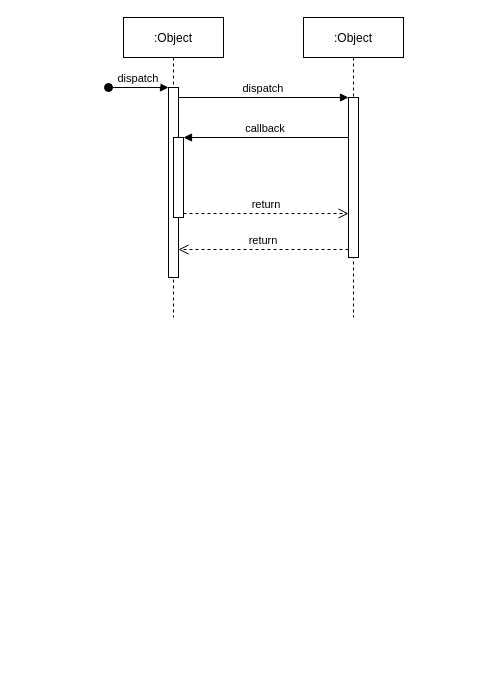
This is Untitled Diagram.drawio from laura-rodriguez/okta-idx-flows, a draw.io file, before an edit. Source tidied: cells renumbered, new cells numbered last; positions are measured from the earlier drawing's top-left corner, leaving out a move shared by most shapes. Both pictures are drawn from the tidied source at 100%, with x=0, y=0 at pixel (108, 17).
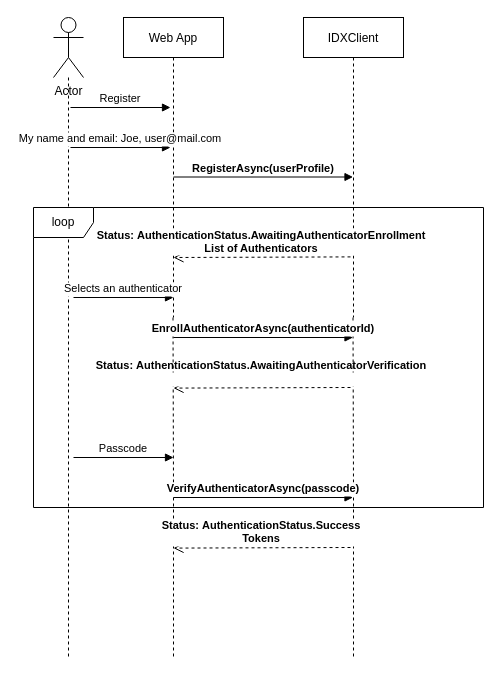
Above is the later version.

Change to the diagram source:
```diff
@@
+    <mxCell id="12" style="edgeStyle=orthogonalEdgeStyle;rounded=0;jettySize=auto;html=1;dashed=1;startArrow=none;startFill=0;endArrow=none;endFill=0;" parent="1" edge="1" source="2">
+      <mxGeometry relative="1" as="geometry">
+        <mxPoint x="65" y="640" as="targetPoint" />
+      </mxGeometry>
+    </mxCell>
-    <mxCell id="2" value=":Object" style="shape=umlLifeline;perimeter=lifelinePerimeter;rounded=0;shadow=0;strokeWidth=1;" parent="1" vertex="1">
+    <mxCell id="2" value="Web App" style="shape=umlLifeline;perimeter=lifelinePerimeter;rounded=0;shadow=0;strokeWidth=1;" parent="1" vertex="1">
       <mxGeometry x="15" width="100" height="300" as="geometry" />
     </mxCell>
-    <mxCell id="3" style="points=[];perimeter=orthogonalPerimeter;rounded=0;shadow=0;strokeWidth=1;" parent="2" vertex="1">
-      <mxGeometry x="45" y="70" width="10" height="190" as="geometry" />
-    </mxCell>
-    <mxCell id="4" value="dispatch" style="verticalAlign=bottom;startArrow=oval;endArrow=block;startSize=8;shadow=0;strokeWidth=1;" parent="2" edge="1" target="3">
+    <mxCell id="4" value="Register" style="verticalAlign=bottom;startArrow=none;endArrow=block;startSize=8;shadow=0;strokeWidth=1;startFill=0;" parent="2" edge="1">
       <mxGeometry relative="1" as="geometry">
-        <mxPoint x="-15" y="70" as="sourcePoint" />
+        <mxPoint x="-53" y="90" as="sourcePoint" />
+        <mxPoint x="47" y="90" as="targetPoint" />
       </mxGeometry>
     </mxCell>
-    <mxCell id="5" style="points=[];perimeter=orthogonalPerimeter;rounded=0;shadow=0;strokeWidth=1;" parent="2" vertex="1">
-      <mxGeometry x="50" y="120" width="10" height="80" as="geometry" />
-    </mxCell>
+    <mxCell id="13" value="RegisterAsync(userProfile)" style="verticalAlign=bottom;startArrow=none;endArrow=block;startSize=8;shadow=0;strokeWidth=1;startFill=0;fontStyle=1;" parent="2" edge="1" target="6">
+      <mxGeometry relative="1" as="geometry">
+        <mxPoint x="50" y="159.5" as="sourcePoint" />
+      </mxGeometry>
+    </mxCell>
+    <mxCell id="14" style="edgeStyle=orthogonalEdgeStyle;rounded=0;jettySize=auto;html=1;dashed=1;startArrow=none;startFill=0;endArrow=none;endFill=0;" parent="1" edge="1" source="6">
+      <mxGeometry relative="1" as="geometry">
+        <mxPoint x="245" y="640" as="targetPoint" />
+      </mxGeometry>
+    </mxCell>
-    <mxCell id="6" value=":Object" style="shape=umlLifeline;perimeter=lifelinePerimeter;rounded=0;shadow=0;strokeWidth=1;" parent="1" vertex="1">
+    <mxCell id="6" value="IDXClient" style="shape=umlLifeline;perimeter=lifelinePerimeter;rounded=0;shadow=0;strokeWidth=1;" parent="1" vertex="1">
       <mxGeometry x="195" width="100" height="300" as="geometry" />
     </mxCell>
-    <mxCell id="7" style="points=[];perimeter=orthogonalPerimeter;rounded=0;shadow=0;strokeWidth=1;" parent="6" vertex="1">
-      <mxGeometry x="45" y="80" width="10" height="160" as="geometry" />
-    </mxCell>
-    <mxCell id="8" value="return" style="verticalAlign=bottom;endArrow=open;dashed=1;endSize=8;exitX=0;exitY=0.95;shadow=0;strokeWidth=1;" parent="1" edge="1" source="7" target="3">
-      <mxGeometry relative="1" as="geometry" />
+    <mxCell id="8" value="Status: AuthenticationStatus.AwaitingAuthenticatorEnrollment&#10;List of Authenticators" style="verticalAlign=bottom;endArrow=open;dashed=1;endSize=8;exitX=0.47;exitY=0.798;shadow=0;strokeWidth=1;fontStyle=1;exitDx=0;exitDy=0;exitPerimeter=0;" parent="1" edge="1" source="6">
+      <mxGeometry relative="1" as="geometry">
+        <mxPoint x="65" y="240" as="targetPoint" />
+      </mxGeometry>
     </mxCell>
-    <mxCell id="9" value="dispatch" style="verticalAlign=bottom;endArrow=block;entryX=0;entryY=0;shadow=0;strokeWidth=1;" parent="1" edge="1" source="3" target="7">
-      <mxGeometry relative="1" as="geometry" />
-    </mxCell>
-    <mxCell id="10" value="callback" style="verticalAlign=bottom;endArrow=block;entryX=1;entryY=0;shadow=0;strokeWidth=1;" parent="1" edge="1" source="7" target="5">
-      <mxGeometry relative="1" as="geometry" />
-    </mxCell>
-    <mxCell id="11" value="return" style="verticalAlign=bottom;endArrow=open;dashed=1;endSize=8;exitX=1;exitY=0.95;shadow=0;strokeWidth=1;" parent="1" edge="1" source="5" target="7">
-      <mxGeometry relative="1" as="geometry" />
-    </mxCell>
+    <mxCell id="15" style="edgeStyle=orthogonalEdgeStyle;rounded=0;jettySize=auto;html=1;dashed=1;endArrow=none;endFill=0;" parent="1" edge="1" source="16">
+      <mxGeometry relative="1" as="geometry">
+        <mxPoint x="-40" y="640" as="targetPoint" />
+      </mxGeometry>
+    </mxCell>
+    <mxCell id="16" value="Actor" style="shape=umlActor;verticalLabelPosition=bottom;verticalAlign=top;html=1;outlineConnect=0;" parent="1" vertex="1">
+      <mxGeometry x="-55" width="30" height="60" as="geometry" />
+    </mxCell>
+    <mxCell id="17" value="My name and email: Joe, user@mail.com" style="verticalAlign=bottom;startArrow=none;endArrow=block;startSize=8;shadow=0;strokeWidth=1;startFill=0;" parent="1" edge="1">
+      <mxGeometry relative="1" as="geometry">
+        <mxPoint x="-38" y="130" as="sourcePoint" />
+        <mxPoint x="62" y="130" as="targetPoint" />
+      </mxGeometry>
+    </mxCell>
+    <mxCell id="18" value="Selects an authenticator" style="verticalAlign=bottom;startArrow=none;endArrow=block;startSize=8;shadow=0;strokeWidth=1;startFill=0;" parent="1" edge="1">
+      <mxGeometry relative="1" as="geometry">
+        <mxPoint x="-35" y="280" as="sourcePoint" />
+        <mxPoint x="65" y="280" as="targetPoint" />
+      </mxGeometry>
+    </mxCell>
+    <mxCell id="19" value="EnrollAuthenticatorAsync(authenticatorId)" style="verticalAlign=bottom;startArrow=none;endArrow=block;startSize=8;shadow=0;strokeWidth=1;startFill=0;fontStyle=1;" parent="1" edge="1">
+      <mxGeometry relative="1" as="geometry">
+        <mxPoint x="65" y="320" as="sourcePoint" />
+        <mxPoint x="244.5" y="320" as="targetPoint" />
+      </mxGeometry>
+    </mxCell>
+    <mxCell id="20" value="Status: AuthenticationStatus.AwaitingAuthenticatorVerification&#10;" style="verticalAlign=bottom;endArrow=open;dashed=1;endSize=8;exitX=0.47;exitY=0.798;shadow=0;strokeWidth=1;fontStyle=1;exitDx=0;exitDy=0;exitPerimeter=0;" parent="1" edge="1">
+      <mxGeometry relative="1" as="geometry">
+        <mxPoint x="242" y="370" as="sourcePoint" />
+        <mxPoint x="65" y="370.6" as="targetPoint" />
+      </mxGeometry>
+    </mxCell>
+    <mxCell id="21" value="Passcode" style="verticalAlign=bottom;startArrow=none;endArrow=block;startSize=8;shadow=0;strokeWidth=1;startFill=0;" parent="1" edge="1">
+      <mxGeometry relative="1" as="geometry">
+        <mxPoint x="-35" y="440" as="sourcePoint" />
+        <mxPoint x="65" y="440" as="targetPoint" />
+      </mxGeometry>
+    </mxCell>
+    <mxCell id="22" value="VerifyAuthenticatorAsync(passcode)" style="verticalAlign=bottom;startArrow=none;endArrow=block;startSize=8;shadow=0;strokeWidth=1;startFill=0;fontStyle=1;" parent="1" edge="1">
+      <mxGeometry relative="1" as="geometry">
+        <mxPoint x="65" y="480" as="sourcePoint" />
+        <mxPoint x="244.5" y="480" as="targetPoint" />
+      </mxGeometry>
+    </mxCell>
+    <mxCell id="23" value="Status: AuthenticationStatus.Success&#10;Tokens" style="verticalAlign=bottom;endArrow=open;dashed=1;endSize=8;exitX=0.47;exitY=0.798;shadow=0;strokeWidth=1;fontStyle=1;exitDx=0;exitDy=0;exitPerimeter=0;" parent="1" edge="1">
+      <mxGeometry relative="1" as="geometry">
+        <mxPoint x="242" y="530" as="sourcePoint" />
+        <mxPoint x="65" y="530.6" as="targetPoint" />
+      </mxGeometry>
+    </mxCell>
+    <mxCell id="24" value="loop" style="shape=umlFrame;whiteSpace=wrap;html=1;" parent="1" vertex="1">
+      <mxGeometry x="-75" y="190" width="450" height="300" as="geometry" />
+    </mxCell>
```
